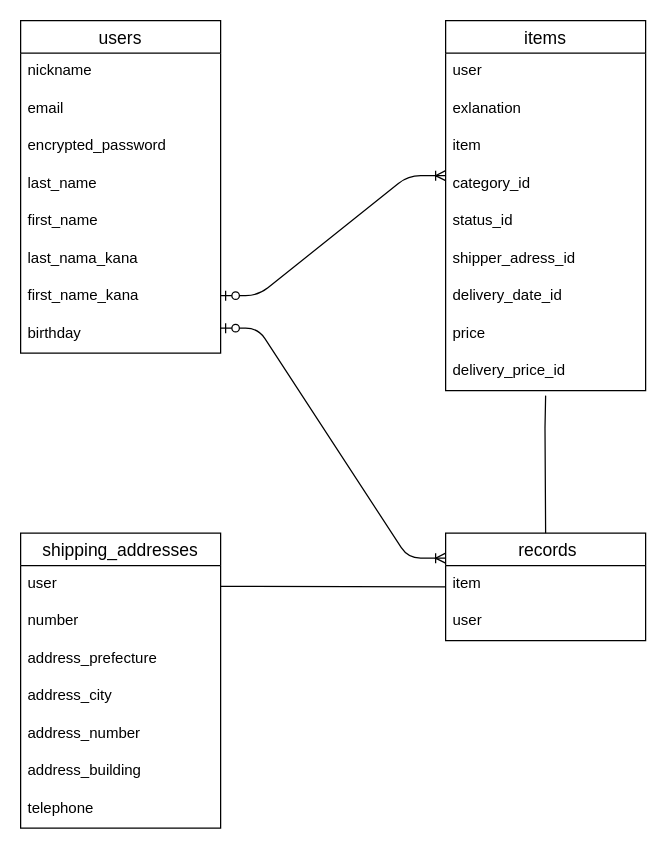
This is draw.dio from yhirokane17/furima-39331, a draw.io file, before an edit. Source tidied: cells renumbered, new cells numbered last; positions are measured from the earlier drawing's top-left corner, leaving out a move shared by most shapes. Both pictures are drawn from the tidied source at 125%, with x=0, y=0 at pixel (20, 20).
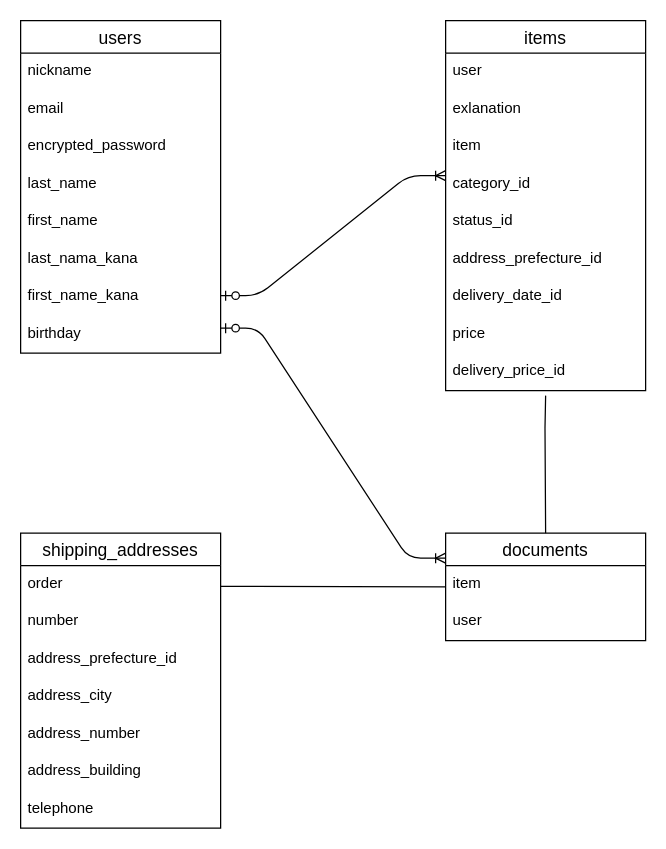
The same diagram, later.

Commit message (it also covers changes not shown here):
データベース修正③

The change refers to these unchanged cells:
```xml
<mxCell id="11" value="items" style="swimlane;fontStyle=0;horizontal=1;startSize=26;align=center;fontSize=14;" parent="1" vertex="1">
  <mxGeometry x="340" width="160" height="296" as="geometry" />
</mxCell>
<mxCell id="24" value="shipping_addresses" style="swimlane;fontStyle=0;horizontal=1;startSize=26;align=center;fontSize=14;" parent="1" vertex="1">
  <mxGeometry y="410" width="160" height="236" as="geometry" />
</mxCell>
```

What changed in the source:
```diff
@@
-    <mxCell id="17" value="shipper_adress_id" style="text;strokeColor=none;fillColor=none;spacingLeft=4;spacingRight=4;overflow=hidden;fontSize=12;" parent="11" vertex="1">
+    <mxCell id="17" value="address_prefecture_id" style="text;strokeColor=none;fillColor=none;spacingLeft=4;spacingRight=4;overflow=hidden;fontSize=12;" parent="11" vertex="1">
       <mxGeometry y="176" width="160" height="30" as="geometry" />
     </mxCell>
@@
-    <mxCell id="21" value=" records" style="swimlane;fontStyle=0;horizontal=1;startSize=26;align=center;fontSize=14;" parent="1" vertex="1">
+    <mxCell id="21" value="documents" style="swimlane;fontStyle=0;horizontal=1;startSize=26;align=center;fontSize=14;" parent="1" vertex="1">
       <mxGeometry x="340" y="410" width="160" height="86" as="geometry" />
     </mxCell>
@@
-    <mxCell id="25" value="user" style="text;strokeColor=none;fillColor=none;spacingLeft=4;spacingRight=4;overflow=hidden;fontSize=12;" parent="24" vertex="1">
+    <mxCell id="25" value="order" style="text;strokeColor=none;fillColor=none;spacingLeft=4;spacingRight=4;overflow=hidden;fontSize=12;" parent="24" vertex="1">
       <mxGeometry y="26" width="160" height="30" as="geometry" />
     </mxCell>
@@
-    <mxCell id="27" value="address_prefecture" style="text;strokeColor=none;fillColor=none;spacingLeft=4;spacingRight=4;overflow=hidden;fontSize=12;" parent="24" vertex="1">
+    <mxCell id="27" value="address_prefecture_id" style="text;strokeColor=none;fillColor=none;spacingLeft=4;spacingRight=4;overflow=hidden;fontSize=12;" parent="24" vertex="1">
       <mxGeometry y="86" width="160" height="30" as="geometry" />
     </mxCell>
```
